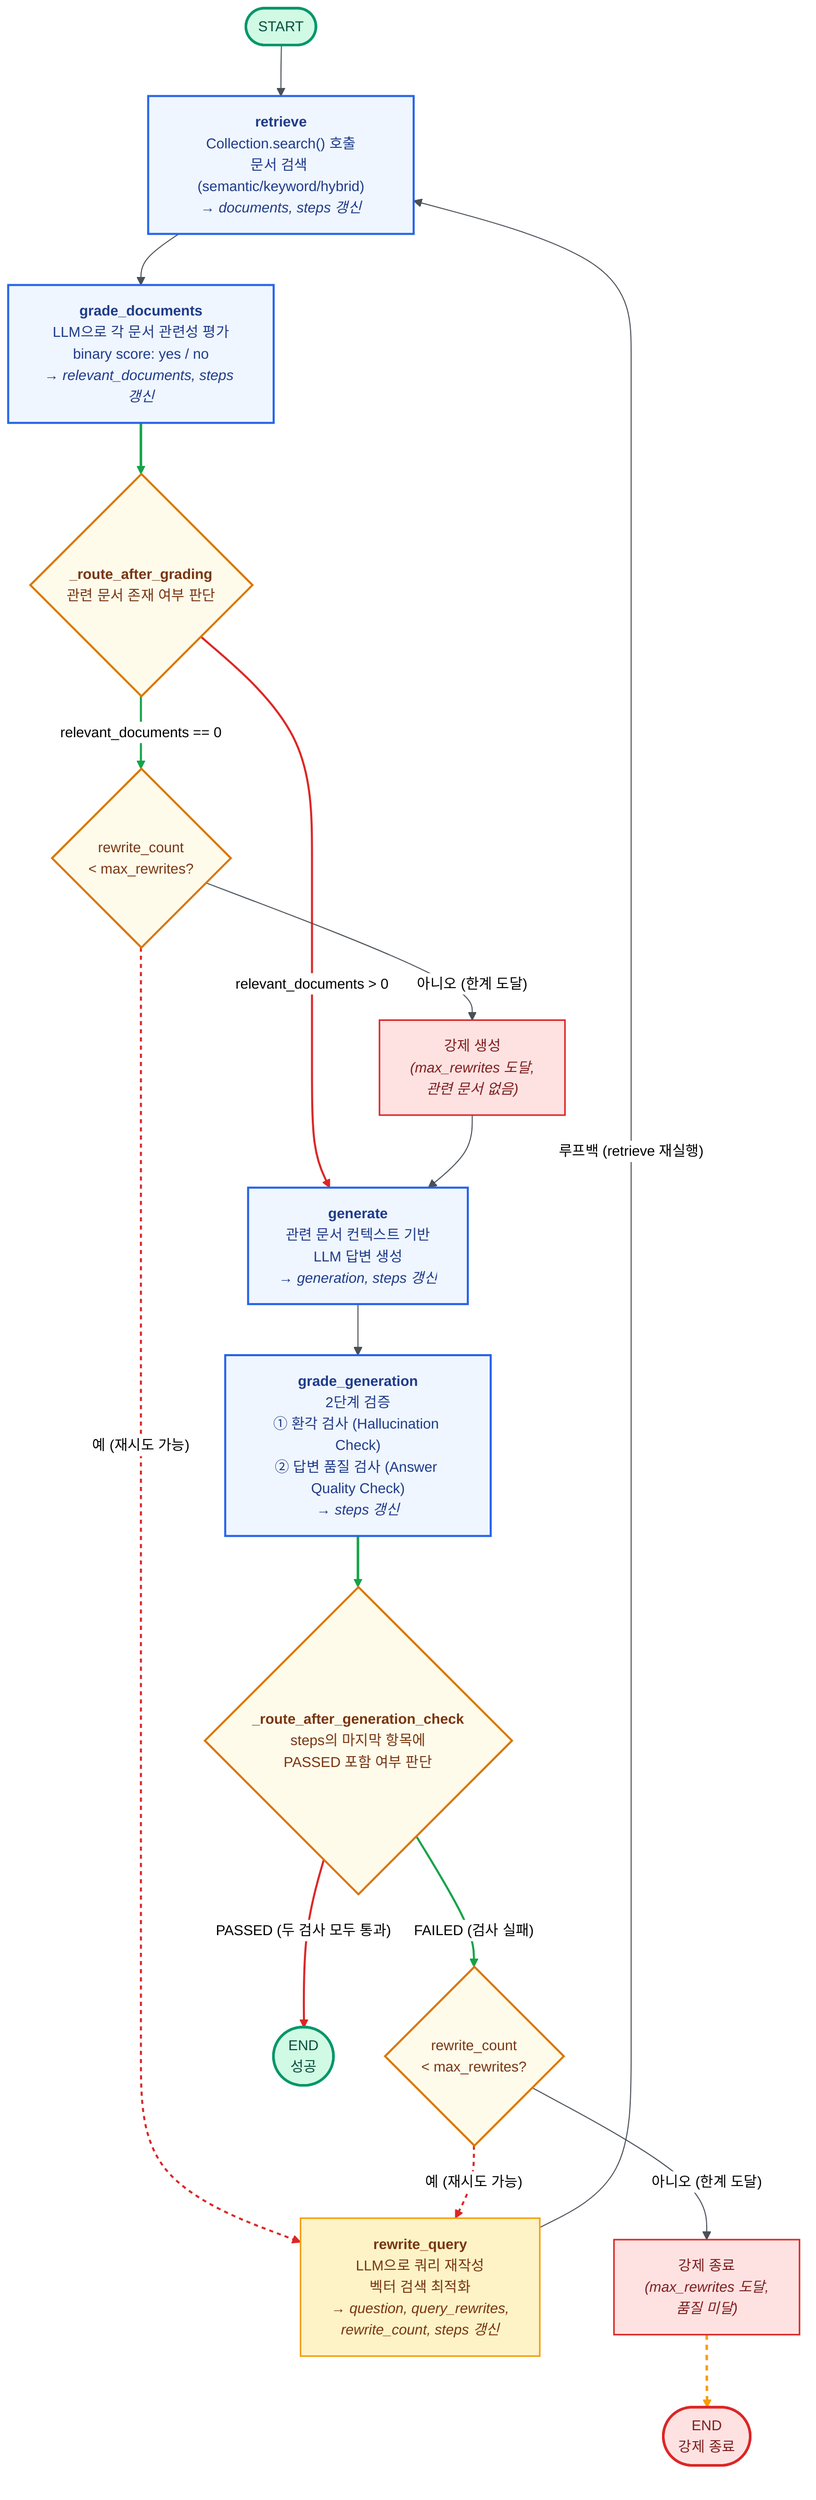
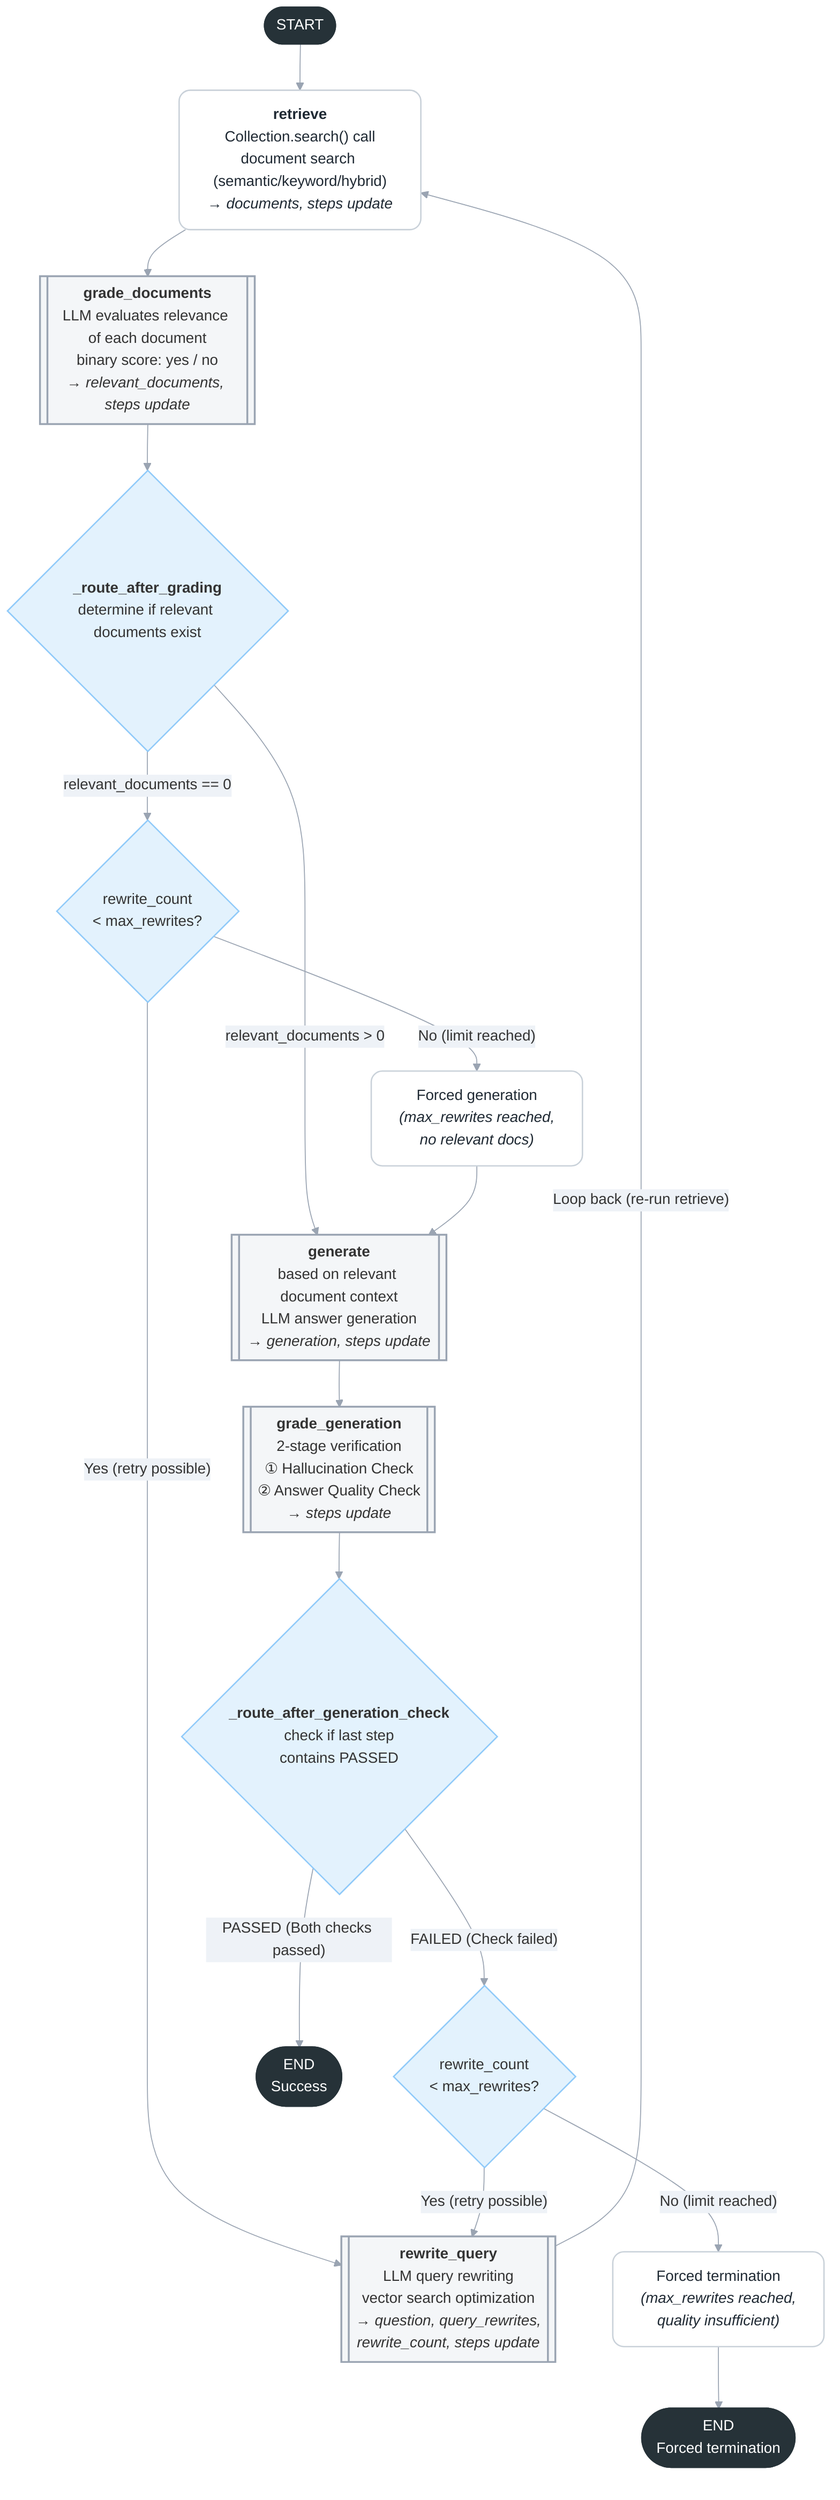
- %%{init: {'theme': 'neutral', 'themeVariables': {'primaryColor': '#f8f9fa', 'primaryBorderColor': '#495057', 'lineColor': '#495057', 'fontSize': '14px'}}}%%
+ %%{init: {
+   "theme": "base",
+   "themeVariables": {
+     "fontFamily": "Helvetica, Arial",
+     "primaryColor": "#f5f7fa",
+     "primaryBorderColor": "#c9d1d9",
+     "lineColor": "#9aa4b2",
+     "secondaryColor": "#eef2f7",
+     "tertiaryColor": "#ffffff"
+   }
+ }}%%
flowchart TD
    START(["START"])

-     RETRIEVE["<b>retrieve</b><br/>Collection.search() 호출<br/>문서 검색 (semantic/keyword/hybrid)<br/><i>→ documents, steps 갱신</i>"]
+     RETRIEVE["<b>retrieve</b><br/>Collection.search() call<br/>document search (semantic/keyword/hybrid)<br/><i>→ documents, steps update</i>"]

-     GRADE_DOCS["<b>grade_documents</b><br/>LLM으로 각 문서 관련성 평가<br/>binary score: yes / no<br/><i>→ relevant_documents, steps 갱신</i>"]
+     GRADE_DOCS[["<b>grade_documents</b><br/>LLM evaluates relevance of each document<br/>binary score: yes / no<br/><i>→ relevant_documents, steps update</i>"]]

-     ROUTE_GRADE{"<b>_route_after_grading</b><br/>관련 문서 존재 여부 판단"}
+     ROUTE_GRADE{"<b>_route_after_grading</b><br/>determine if relevant documents exist"}

-     REWRITE["<b>rewrite_query</b><br/>LLM으로 쿼리 재작성<br/>벡터 검색 최적화<br/><i>→ question, query_rewrites,<br/>rewrite_count, steps 갱신</i>"]
+     REWRITE[["<b>rewrite_query</b><br/>LLM query rewriting<br/>vector search optimization<br/><i>→ question, query_rewrites,<br/>rewrite_count, steps update</i>"]]

-     GENERATE["<b>generate</b><br/>관련 문서 컨텍스트 기반<br/>LLM 답변 생성<br/><i>→ generation, steps 갱신</i>"]
+     GENERATE[["<b>generate</b><br/>based on relevant document context<br/>LLM answer generation<br/><i>→ generation, steps update</i>"]]

-     GRADE_GEN["<b>grade_generation</b><br/>2단계 검증<br/>① 환각 검사 (Hallucination Check)<br/>② 답변 품질 검사 (Answer Quality Check)<br/><i>→ steps 갱신</i>"]
+     GRADE_GEN[["<b>grade_generation</b><br/>2-stage verification<br/>① Hallucination Check<br/>② Answer Quality Check<br/><i>→ steps update</i>"]]

-     ROUTE_GEN{"<b>_route_after_generation_check</b><br/>steps의 마지막 항목에<br/>PASSED 포함 여부 판단"}
+     ROUTE_GEN{"<b>_route_after_generation_check</b><br/>check if last step<br/>contains PASSED"}

    MAXCHECK_GRADE{"rewrite_count<br/>< max_rewrites?"}
    MAXCHECK_GEN{"rewrite_count<br/>< max_rewrites?"}

-     FORCED_GEN["강제 생성<br/><i>(max_rewrites 도달,<br/>관련 문서 없음)</i>"]
+     FORCED_GEN["Forced generation<br/><i>(max_rewrites reached,<br/>no relevant docs)</i>"]

-     FORCED_END["강제 종료<br/><i>(max_rewrites 도달,<br/>품질 미달)</i>"]
+     FORCED_END["Forced termination<br/><i>(max_rewrites reached,<br/>quality insufficient)</i>"]

-     END_OK(["END<br/>성공"])
-     END_FORCED(["END<br/>강제 종료"])
+     END_OK(["END<br/>Success"])
+     END_FORCED(["END<br/>Forced termination"])

    START --> RETRIEVE
    RETRIEVE --> GRADE_DOCS
    GRADE_DOCS --> ROUTE_GRADE

    ROUTE_GRADE -->|"relevant_documents > 0"| GENERATE
    ROUTE_GRADE -->|"relevant_documents == 0"| MAXCHECK_GRADE

-     MAXCHECK_GRADE -->|"예 (재시도 가능)"| REWRITE
-     MAXCHECK_GRADE -->|"아니오 (한계 도달)"| FORCED_GEN
+     MAXCHECK_GRADE -->|"Yes (retry possible)"| REWRITE
+     MAXCHECK_GRADE -->|"No (limit reached)"| FORCED_GEN

    FORCED_GEN --> GENERATE
    GENERATE --> GRADE_GEN
    GRADE_GEN --> ROUTE_GEN

-     ROUTE_GEN -->|"PASSED (두 검사 모두 통과)"| END_OK
-     ROUTE_GEN -->|"FAILED (검사 실패)"| MAXCHECK_GEN
+     ROUTE_GEN -->|"PASSED (Both checks passed)"| END_OK
+     ROUTE_GEN -->|"FAILED (Check failed)"| MAXCHECK_GEN

-     MAXCHECK_GEN -->|"예 (재시도 가능)"| REWRITE
-     MAXCHECK_GEN -->|"아니오 (한계 도달)"| FORCED_END
+     MAXCHECK_GEN -->|"Yes (retry possible)"| REWRITE
+     MAXCHECK_GEN -->|"No (limit reached)"| FORCED_END
    FORCED_END --> END_FORCED

-     REWRITE -->|"루프백 (retrieve 재실행)"| RETRIEVE
+     REWRITE -->|"Loop back (re-run retrieve)"| RETRIEVE

-     classDef startEnd fill:#d1fae5,stroke:#059669,stroke-width:2.5px,color:#064e3b
-     classDef nodeStyle fill:#eff6ff,stroke:#2563eb,stroke-width:2px,color:#1e3a8a
-     classDef decisionStyle fill:#fffbeb,stroke:#d97706,stroke-width:2px,color:#78350f
-     classDef retryStyle fill:#fef3c7,stroke:#f59e0b,stroke-width:1.5px,color:#78350f
-     classDef forcedStyle fill:#fee2e2,stroke:#dc2626,stroke-width:1.5px,color:#7f1d1d
-     classDef endFail fill:#fee2e2,stroke:#dc2626,stroke-width:2.5px,color:#7f1d1d
+     classDef module fill:#ffffff,stroke:#c9d1d9,stroke-width:1.5px,rx:12,ry:12,color:#1f2933
+     classDef decision fill:#e3f2fd,stroke:#90caf9,stroke-width:1.5px,rx:12,ry:12
+     classDef agent fill:#f4f6f8,stroke:#9aa4b2,stroke-width:2px,rx:18,ry:18
+     classDef tool fill:#eceff1,stroke:#b0bec5,stroke-width:1.2px,rx:10,ry:10
+     classDef terminal fill:#263238,color:#ffffff,stroke:#263238,stroke-width:2px,rx:15,ry:15

-     class START,END_OK startEnd
-     class RETRIEVE,GRADE_DOCS,GENERATE,GRADE_GEN nodeStyle
-     class ROUTE_GRADE,ROUTE_GEN,MAXCHECK_GRADE,MAXCHECK_GEN decisionStyle
-     class REWRITE retryStyle
-     class FORCED_GEN,FORCED_END forcedStyle
-     class END_FORCED endFail
- 
-     linkStyle 2 stroke:#16a34a,stroke-width:2.5px
-     linkStyle 3 stroke:#dc2626,stroke-width:2px
-     linkStyle 4 stroke:#16a34a,stroke-width:2px
-     linkStyle 5 stroke:#dc2626,stroke-width:2px,stroke-dasharray:4
-     linkStyle 9 stroke:#16a34a,stroke-width:2.5px
-     linkStyle 10 stroke:#dc2626,stroke-width:2px
-     linkStyle 11 stroke:#16a34a,stroke-width:2px
-     linkStyle 12 stroke:#dc2626,stroke-width:2px,stroke-dasharray:4
-     linkStyle 14 stroke:#f59e0b,stroke-width:2.5px,stroke-dasharray:5
+     class START,END_OK,END_FORCED terminal
+     class GRADE_DOCS,REWRITE,GENERATE,GRADE_GEN agent
+     class RETRIEVE,FORCED_GEN,FORCED_END module
+     class ROUTE_GRADE,ROUTE_GEN,MAXCHECK_GRADE,MAXCHECK_GEN decision
